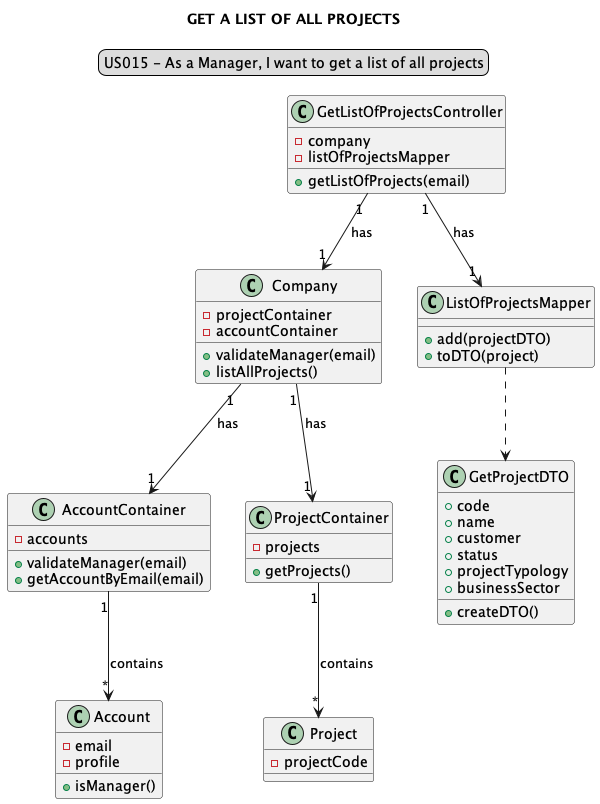
The PlantUML diagram docs/modelling_design/user_stories/sprint02/us015/US015_classDiagram-GET_A_LIST_OF_ALL_PROJECTS.png in Loracline/project_switch_22-23, before a commit. The source it was exported from:
```plantuml
@startuml

skinparam sequenceMessageAlign center
title GET A LIST OF ALL PROJECTS
legend top
US015 - As a Manager, I want to get a list of all projects
end legend

class "GetListOfProjectsController" {
-company
-listOfProjectsMapper
+getListOfProjects(email)
}

class "Company"{
-projectContainer
-accountContainer
+validateManager(email)
+listAllProjects()
}

class "AccountContainer"{
-accounts
+validateManager(email)
+getAccountByEmail(email)
}

class "Account"{
-email
-profile
+isManager()
}

class "ProjectContainer"{
-projects
+getProjects()
}

class "Project"{
-projectCode
}

class "ListOfProjectsMapper"{
+add(projectDTO)
+toDTO(project)
}

class "GetProjectDTO" {
+code
+name
+customer
+status
+projectTypology
+businessSector
+createDTO()
}

"GetListOfProjectsController" "1"-->"1" "Company": has
"GetListOfProjectsController" "1"-->"1" "ListOfProjectsMapper": has
"Company" "1"-->"1" "ProjectContainer": has
"Company" "1"-->"1" "AccountContainer": has
"AccountContainer" "1"-->"*" Account: contains
"ProjectContainer" "1"-->"*" Project: contains
"ListOfProjectsMapper" ..> "GetProjectDTO"
@enduml
```
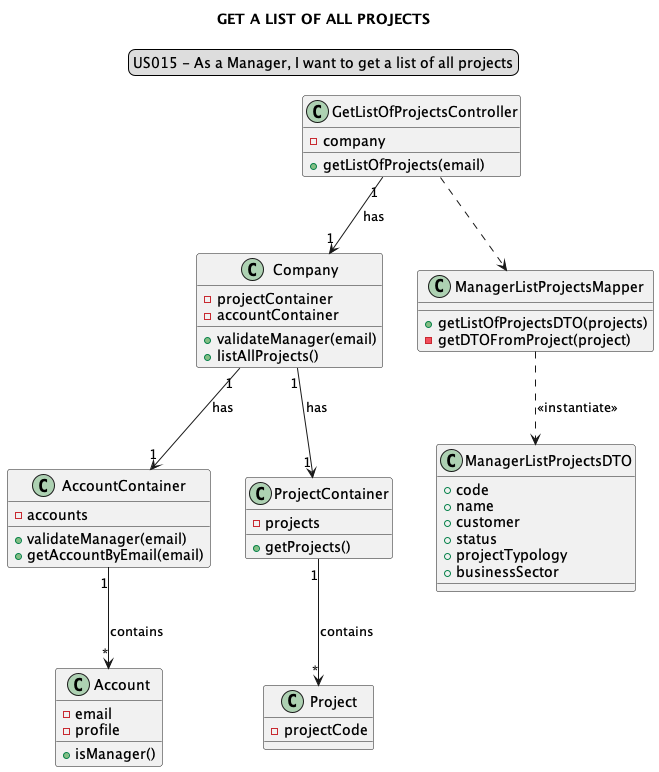
Above is the later version.

Commit message:
US015: Design: refinement of sequence and class diagrams. Added updated png files

Change to the diagram source:
```diff
@@ -1,14 +1,14 @@
 @startuml
 
+
+title GET A LIST OF ALL PROJECTS
 skinparam sequenceMessageAlign center
-title GET A LIST OF ALL PROJECTS
 legend top
 US015 - As a Manager, I want to get a list of all projects
 end legend
 
 class "GetListOfProjectsController" {
 -company
--listOfProjectsMapper
 +getListOfProjects(email)
 }
 
@@ -40,26 +40,27 @@
 -projectCode
 }
 
-class "ListOfProjectsMapper"{
-+add(projectDTO)
-+toDTO(project)
+class "ManagerListProjectsMapper"{
++getListOfProjectsDTO(projects)
+-getDTOFromProject(project)
 }
 
-class "GetProjectDTO" {
+class "ManagerListProjectsDTO" {
 +code
 +name
 +customer
 +status
 +projectTypology
 +businessSector
-+createDTO()
 }
 
 "GetListOfProjectsController" "1"-->"1" "Company": has
-"GetListOfProjectsController" "1"-->"1" "ListOfProjectsMapper": has
+"GetListOfProjectsController" ..> "ManagerListProjectsMapper"
 "Company" "1"-->"1" "ProjectContainer": has
 "Company" "1"-->"1" "AccountContainer": has
 "AccountContainer" "1"-->"*" Account: contains
 "ProjectContainer" "1"-->"*" Project: contains
-"ListOfProjectsMapper" ..> "GetProjectDTO"
+"ManagerListProjectsMapper" ..> "ManagerListProjectsDTO": <<instantiate>>
+
+
 @enduml
```
